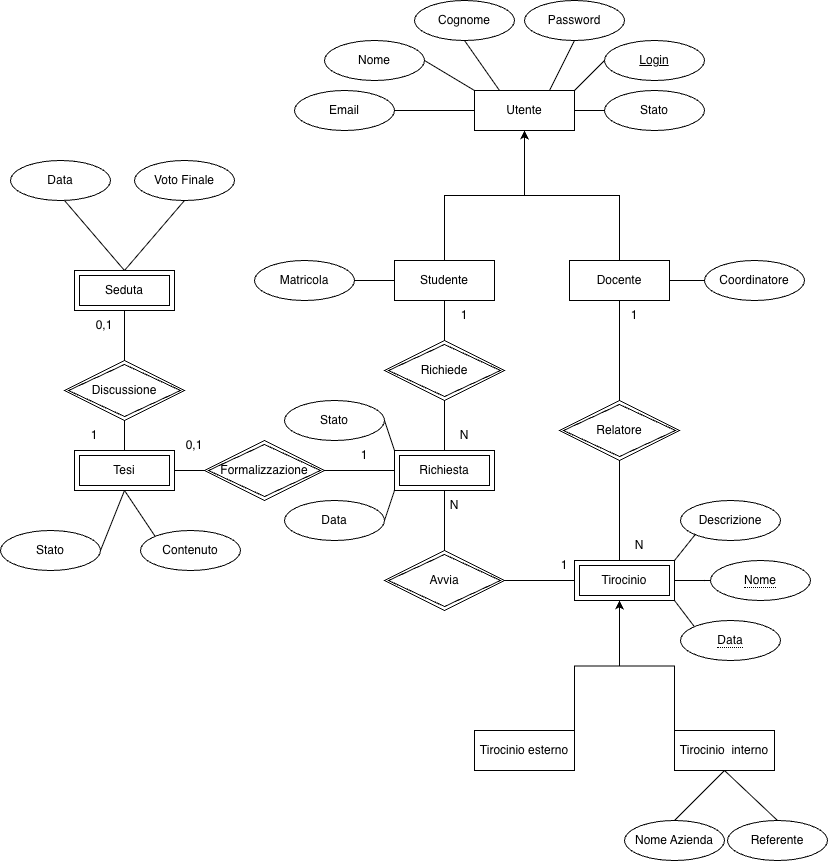
Above: doc/primoHomework/er finale.png in OOP2026/Gruppo13 (draw.io), before the change. Source tidied: cells renumbered, new cells last; positions are measured from the earlier drawing's top-left corner, leaving out a move shared by most shapes.
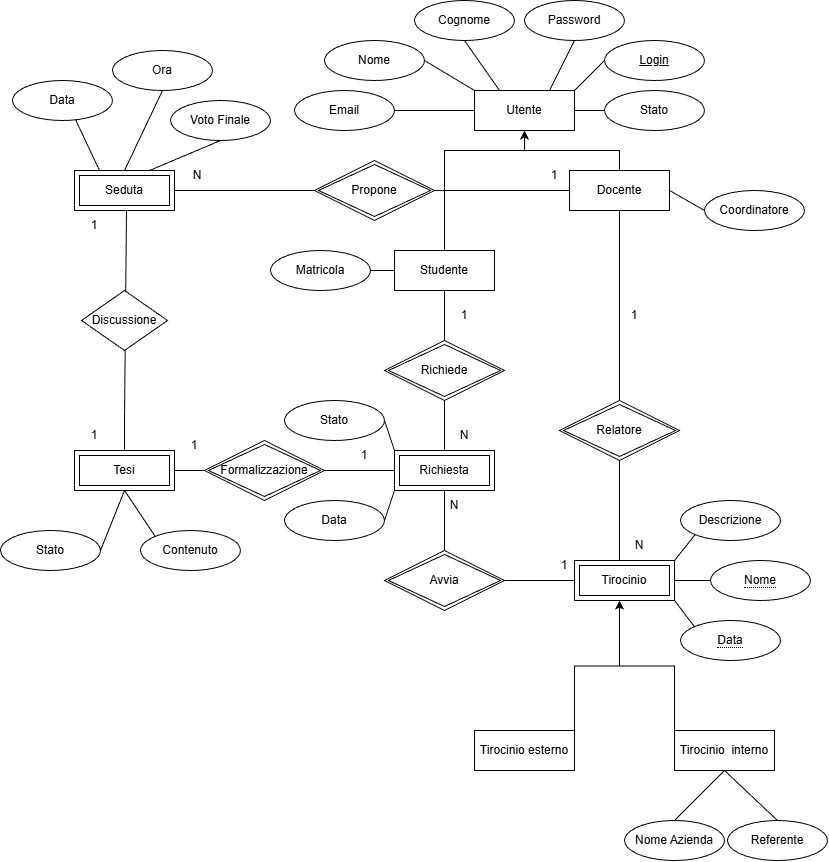
Above is the later version.

Change to the diagram source:
```diff
@@ -42,16 +42,21 @@
       <mxGeometry x="604" y="90" width="100" height="40" as="geometry" />
     </mxCell>
     <mxCell id="15" style="edgeStyle=orthogonalEdgeStyle;rounded=0;jettySize=auto;html=1;exitX=0.5;exitY=0;exitDx=0;exitDy=0;entryX=0.5;entryY=1;entryDx=0;entryDy=0;" parent="1" edge="1" source="16" target="2">
-      <mxGeometry relative="1" as="geometry" />
+      <mxGeometry relative="1" as="geometry">
+        <Array as="points">
+          <mxPoint x="444" y="150" />
+          <mxPoint x="524" y="150" />
+        </Array>
+      </mxGeometry>
     </mxCell>
     <mxCell id="16" value="Studente" style="whiteSpace=wrap;html=1;align=center;" parent="1" vertex="1">
-      <mxGeometry x="394" y="260" width="100" height="40" as="geometry" />
+      <mxGeometry x="394" y="250" width="100" height="40" as="geometry" />
     </mxCell>
     <mxCell id="17" style="edgeStyle=orthogonalEdgeStyle;rounded=0;jettySize=auto;html=1;exitX=0.5;exitY=0;exitDx=0;exitDy=0;entryX=0.5;entryY=1;entryDx=0;entryDy=0;" parent="1" edge="1" source="18" target="2">
       <mxGeometry relative="1" as="geometry" />
     </mxCell>
     <mxCell id="18" value="Docente" style="whiteSpace=wrap;html=1;align=center;" parent="1" vertex="1">
-      <mxGeometry x="569" y="260" width="100" height="40" as="geometry" />
+      <mxGeometry x="569" y="170" width="100" height="40" as="geometry" />
     </mxCell>
     <mxCell id="19" style="edgeStyle=orthogonalEdgeStyle;rounded=0;jettySize=auto;html=1;exitX=0.5;exitY=0;exitDx=0;exitDy=0;entryX=0.5;entryY=1;entryDx=0;entryDy=0;endArrow=none;endFill=0;" parent="1" edge="1" source="72" target="16">
       <mxGeometry relative="1" as="geometry" />
@@ -64,10 +69,9 @@
         <mxPoint x="204" y="470" as="sourcePoint" />
       </mxGeometry>
     </mxCell>
-    <mxCell id="22" style="rounded=0;orthogonalLoop=1;jettySize=auto;html=1;exitX=0.5;exitY=0;exitDx=0;exitDy=0;entryX=0.5;entryY=1;entryDx=0;entryDy=0;endArrow=none;endFill=0;" parent="1" edge="1">
+    <mxCell id="22" style="rounded=0;jettySize=auto;html=1;exitX=1;exitY=0;exitDx=0;exitDy=0;entryX=0.5;entryY=1;entryDx=0;entryDy=0;endArrow=none;endFill=0;" parent="1" edge="1" source="66">
       <mxGeometry relative="1" as="geometry">
-        <mxPoint x="124" y="360" as="sourcePoint" />
-        <mxPoint x="124" y="310" as="targetPoint" />
+        <mxPoint x="126" y="210" as="targetPoint" />
       </mxGeometry>
     </mxCell>
     <mxCell id="23" style="edgeStyle=orthogonalEdgeStyle;rounded=0;jettySize=auto;html=1;exitX=0.5;exitY=0;exitDx=0;exitDy=0;entryX=0.5;entryY=1;entryDx=0;entryDy=0;endArrow=none;endFill=0;" parent="1" edge="1" target="20">
@@ -91,19 +95,16 @@
     <mxCell id="27" value="Tirocinio&amp;nbsp; interno" style="whiteSpace=wrap;html=1;align=center;" parent="1" vertex="1">
       <mxGeometry x="674" y="730" width="100" height="40" as="geometry" />
     </mxCell>
-    <mxCell id="28" style="rounded=0;orthogonalLoop=1;jettySize=auto;html=1;exitX=0.5;exitY=1;exitDx=0;exitDy=0;entryX=0.5;entryY=0;entryDx=0;entryDy=0;endArrow=none;endFill=0;" parent="1" edge="1">
+    <mxCell id="28" style="rounded=0;jettySize=auto;html=1;exitX=0.5;exitY=1;exitDx=0;exitDy=0;entryX=0.25;entryY=0;entryDx=0;entryDy=0;endArrow=none;endFill=0;" parent="1" edge="1" target="80">
       <mxGeometry relative="1" as="geometry">
-        <mxPoint x="64" y="200" as="sourcePoint" />
-        <mxPoint x="124" y="270" as="targetPoint" />
+        <mxPoint x="66" y="100" as="sourcePoint" />
       </mxGeometry>
     </mxCell>
-    <mxCell id="29" style="rounded=0;jettySize=auto;html=1;exitX=0.5;exitY=1;exitDx=0;exitDy=0;entryX=0.5;entryY=0;entryDx=0;entryDy=0;endArrow=none;endFill=0;" parent="1" edge="1" source="30">
-      <mxGeometry relative="1" as="geometry">
-        <mxPoint x="124" y="270" as="targetPoint" />
-      </mxGeometry>
+    <mxCell id="29" style="rounded=0;jettySize=auto;html=1;exitX=0.5;exitY=1;exitDx=0;exitDy=0;entryX=0.75;entryY=0;entryDx=0;entryDy=0;endArrow=none;endFill=0;" parent="1" edge="1" source="30" target="80">
+      <mxGeometry relative="1" as="geometry" />
     </mxCell>
     <mxCell id="30" value="Voto Finale" style="ellipse;whiteSpace=wrap;html=1;align=center;" parent="1" vertex="1">
-      <mxGeometry x="134" y="160" width="100" height="40" as="geometry" />
+      <mxGeometry x="170" y="100" width="100" height="40" as="geometry" />
     </mxCell>
     <mxCell id="31" style="rounded=0;jettySize=auto;html=1;exitX=1;exitY=0.5;exitDx=0;exitDy=0;entryX=0;entryY=0;entryDx=0;entryDy=0;endArrow=none;endFill=0;" parent="1" edge="1" source="32" target="20">
       <mxGeometry relative="1" as="geometry" />
@@ -133,13 +134,13 @@
       <mxGeometry relative="1" as="geometry" />
     </mxCell>
     <mxCell id="40" value="Matricola" style="ellipse;whiteSpace=wrap;html=1;align=center;" parent="1" vertex="1">
-      <mxGeometry x="254" y="260" width="100" height="40" as="geometry" />
+      <mxGeometry x="270" y="250" width="100" height="40" as="geometry" />
     </mxCell>
     <mxCell id="41" style="rounded=0;jettySize=auto;html=1;exitX=0;exitY=0.5;exitDx=0;exitDy=0;entryX=1;entryY=0.5;entryDx=0;entryDy=0;endArrow=none;endFill=0;" parent="1" edge="1" source="42" target="18">
       <mxGeometry relative="1" as="geometry" />
     </mxCell>
     <mxCell id="42" value="Coordinatore" style="ellipse;whiteSpace=wrap;html=1;align=center;" parent="1" vertex="1">
-      <mxGeometry x="704" y="260" width="100" height="40" as="geometry" />
+      <mxGeometry x="704" y="190" width="100" height="40" as="geometry" />
     </mxCell>
     <mxCell id="43" style="rounded=0;jettySize=auto;html=1;exitX=0;exitY=1;exitDx=0;exitDy=0;entryX=1;entryY=0;entryDx=0;entryDy=0;endArrow=none;endFill=0;" parent="1" edge="1" source="44" target="69">
       <mxGeometry relative="1" as="geometry" />
@@ -182,11 +183,11 @@
     <mxCell id="54" value="1" style="text;html=1;whiteSpace=wrap;strokeColor=none;fillColor=none;align=center;verticalAlign=middle;rounded=0;" parent="1" vertex="1">
       <mxGeometry x="334" y="440" width="60" height="30" as="geometry" />
     </mxCell>
-    <mxCell id="55" value="0,1" style="text;html=1;whiteSpace=wrap;strokeColor=none;fillColor=none;align=center;verticalAlign=middle;rounded=0;" parent="1" vertex="1">
+    <mxCell id="55" value="1" style="text;html=1;whiteSpace=wrap;strokeColor=none;fillColor=none;align=center;verticalAlign=middle;rounded=0;" parent="1" vertex="1">
       <mxGeometry x="164" y="430" width="60" height="30" as="geometry" />
     </mxCell>
-    <mxCell id="56" value="0,1" style="text;html=1;whiteSpace=wrap;strokeColor=none;fillColor=none;align=center;verticalAlign=middle;rounded=0;" parent="1" vertex="1">
-      <mxGeometry x="74" y="310" width="60" height="30" as="geometry" />
+    <mxCell id="56" value="1" style="text;html=1;whiteSpace=wrap;strokeColor=none;fillColor=none;align=center;verticalAlign=middle;rounded=0;" parent="1" vertex="1">
+      <mxGeometry x="64" y="210" width="60" height="30" as="geometry" />
     </mxCell>
     <mxCell id="57" value="1" style="text;html=1;whiteSpace=wrap;strokeColor=none;fillColor=none;align=center;verticalAlign=middle;rounded=0;" parent="1" vertex="1">
       <mxGeometry x="604" y="300" width="60" height="30" as="geometry" />
@@ -225,9 +226,6 @@
     <mxCell id="66" value="1" style="text;html=1;whiteSpace=wrap;strokeColor=none;fillColor=none;align=center;verticalAlign=middle;rounded=0;" parent="1" vertex="1">
       <mxGeometry x="64" y="420" width="60" height="30" as="geometry" />
     </mxCell>
-    <mxCell id="67" value="Discussione" style="shape=rhombus;double=1;perimeter=rhombusPerimeter;whiteSpace=wrap;html=1;align=center;" parent="1" vertex="1">
-      <mxGeometry x="64" y="360" width="120" height="60" as="geometry" />
-    </mxCell>
     <mxCell id="68" style="rounded=0;jettySize=auto;html=1;exitX=1;exitY=1;exitDx=0;exitDy=0;entryX=0;entryY=0;entryDx=0;entryDy=0;endArrow=none;endFill=0;" parent="1" edge="1" source="69">
       <mxGeometry relative="1" as="geometry">
         <mxPoint x="693.6" y="625.9" as="targetPoint" />
@@ -236,9 +234,6 @@
     <mxCell id="69" value="Tirocinio" style="shape=ext;margin=3;double=1;whiteSpace=wrap;html=1;align=center;" parent="1" vertex="1">
       <mxGeometry x="574" y="560" width="100" height="40" as="geometry" />
     </mxCell>
-    <mxCell id="70" value="Seduta" style="shape=ext;margin=3;double=1;whiteSpace=wrap;html=1;align=center;" parent="1" vertex="1">
-      <mxGeometry x="74" y="270" width="100" height="40" as="geometry" />
-    </mxCell>
     <mxCell id="71" style="edgeStyle=orthogonalEdgeStyle;rounded=0;jettySize=auto;html=1;exitX=0.5;exitY=0;exitDx=0;exitDy=0;entryX=0.5;entryY=1;entryDx=0;entryDy=0;endArrow=none;endFill=0;" parent="1" edge="1" source="20" target="72">
       <mxGeometry relative="1" as="geometry" />
     </mxCell>
@@ -258,7 +253,7 @@
       <mxGeometry x="204" y="440" width="120" height="60" as="geometry" />
     </mxCell>
     <mxCell id="77" value="Data" style="ellipse;whiteSpace=wrap;html=1;align=center;" parent="1" vertex="1">
-      <mxGeometry x="10" y="160" width="100" height="40" as="geometry" />
+      <mxGeometry x="12" y="80" width="100" height="40" as="geometry" />
     </mxCell>
     <mxCell id="78" value="&lt;span style=&quot;border-bottom: 1px dotted;&quot;&gt;Nome&lt;/span&gt;" style="ellipse;whiteSpace=wrap;html=1;align=center;" parent="1" vertex="1">
       <mxGeometry x="710" y="560" width="100" height="40" as="geometry" />
@@ -266,5 +261,32 @@
     <mxCell id="79" value="&lt;span style=&quot;border-bottom: 1px dotted;&quot;&gt;Data&lt;/span&gt;" style="ellipse;whiteSpace=wrap;html=1;align=center;" parent="1" vertex="1">
       <mxGeometry x="680" y="620" width="100" height="40" as="geometry" />
     </mxCell>
+    <mxCell id="67" value="Discussione" style="rhombus;whiteSpace=wrap;html=1;" parent="1" vertex="1">
+      <mxGeometry x="81" y="290" width="86" height="60" as="geometry" />
+    </mxCell>
+    <mxCell id="80" value="Entity" style="whiteSpace=wrap;html=1;align=center;" parent="1" vertex="1">
+      <mxGeometry x="74" y="170" width="100" height="40" as="geometry" />
+    </mxCell>
+    <mxCell id="81" style="endArrow=none;html=1;rounded=0;exitX=1;exitY=0.5;exitDx=0;exitDy=0;entryX=0;entryY=0.5;entryDx=0;entryDy=0;" parent="1" edge="1" source="80" target="18">
+      <mxGeometry relative="1" as="geometry" />
+    </mxCell>
+    <mxCell id="70" value="Seduta" style="shape=ext;margin=3;double=1;whiteSpace=wrap;html=1;align=center;" parent="1" vertex="1">
+      <mxGeometry x="74" y="170" width="100" height="40" as="geometry" />
+    </mxCell>
+    <mxCell id="82" value="Ora" style="ellipse;whiteSpace=wrap;html=1;align=center;" parent="1" vertex="1">
+      <mxGeometry x="112" y="50" width="100" height="40" as="geometry" />
+    </mxCell>
+    <mxCell id="83" style="rounded=0;jettySize=auto;html=1;exitX=0.5;exitY=1;exitDx=0;exitDy=0;entryX=0.5;entryY=0;entryDx=0;entryDy=0;endArrow=none;endFill=0;" parent="1" edge="1" source="82" target="70">
+      <mxGeometry relative="1" as="geometry" />
+    </mxCell>
+    <mxCell id="84" value="Propone" style="shape=rhombus;double=1;perimeter=rhombusPerimeter;whiteSpace=wrap;html=1;align=center;" parent="1" vertex="1">
+      <mxGeometry x="314" y="160" width="120" height="60" as="geometry" />
+    </mxCell>
+    <mxCell id="85" value="1" style="text;html=1;whiteSpace=wrap;strokeColor=none;fillColor=none;align=center;verticalAlign=middle;rounded=0;" parent="1" vertex="1">
+      <mxGeometry x="524" y="160" width="60" height="30" as="geometry" />
+    </mxCell>
+    <mxCell id="86" value="N" style="text;html=1;whiteSpace=wrap;strokeColor=none;fillColor=none;align=center;verticalAlign=middle;rounded=0;" parent="1" vertex="1">
+      <mxGeometry x="167" y="160" width="60" height="30" as="geometry" />
+    </mxCell>
   </root>
 </mxGraphModel>
```
